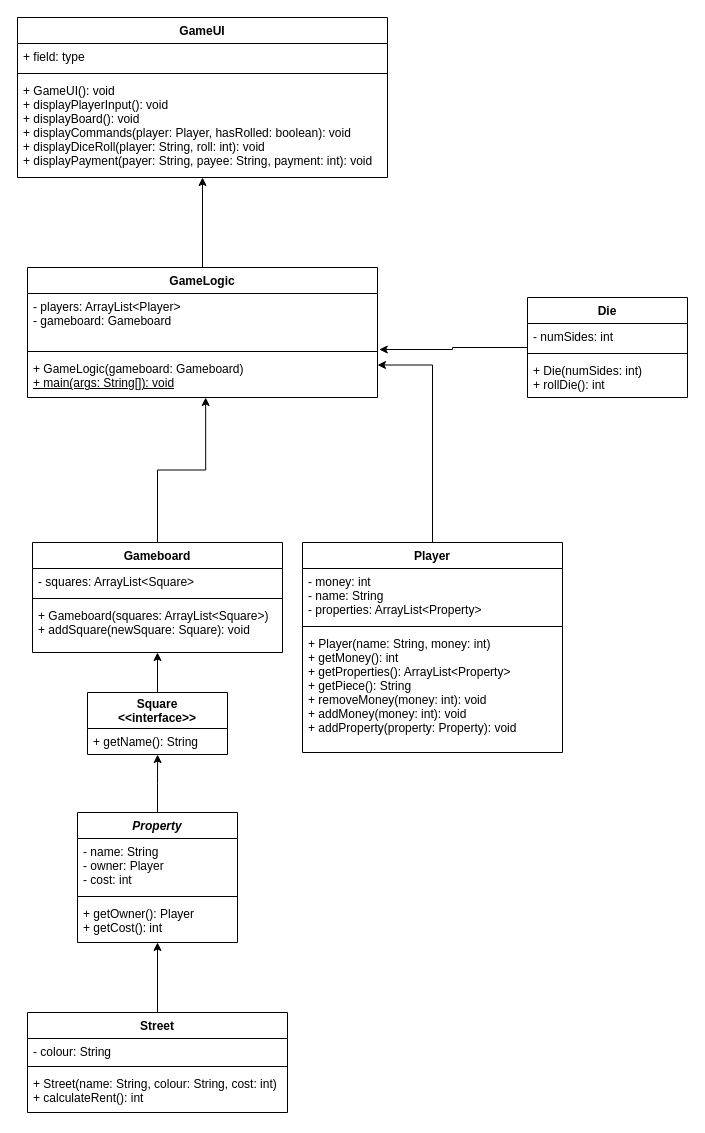
This is Monopoly_UML.drawio from YashKapoor1102/Monopoly, a draw.io file, before an edit. Source tidied: cells renumbered, new cells numbered last; positions are measured from the earlier drawing's top-left corner, leaving out a move shared by most shapes. Both pictures are drawn from the tidied source at 100%, with x=0, y=0 at pixel (17, 17).
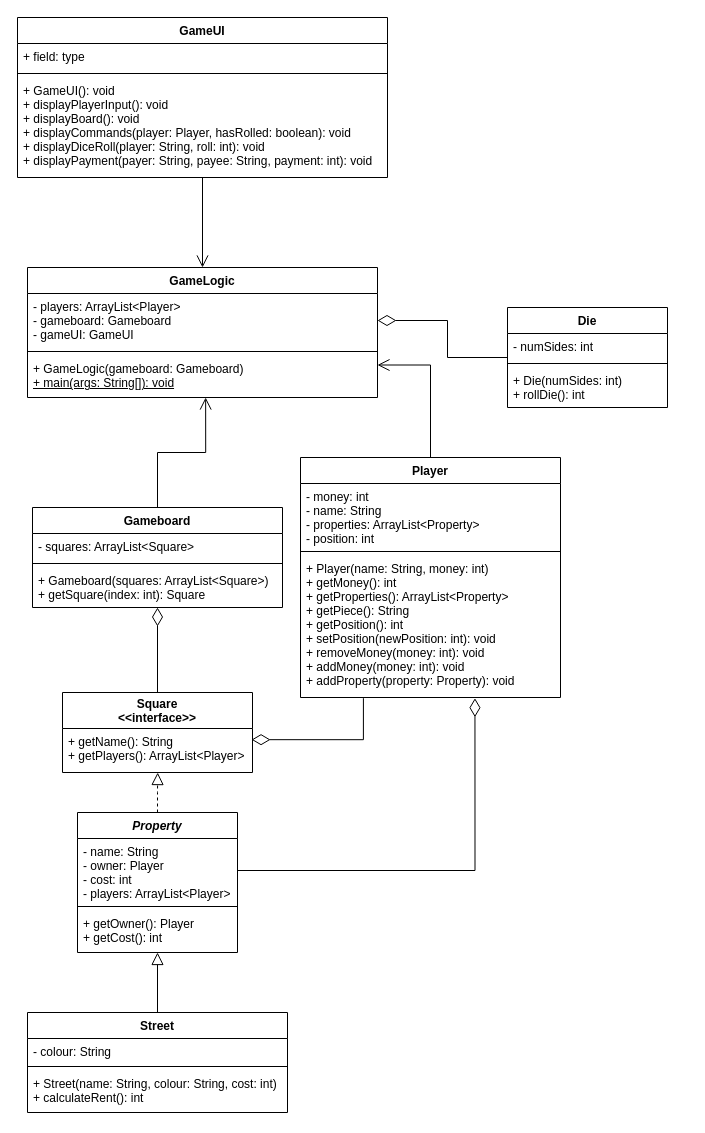
Above is the later version.

The change refers to these unchanged cells:
```xml
<mxCell id="18" value="Street" style="swimlane;fontStyle=1;align=center;verticalAlign=top;horizontal=1;startSize=26;" parent="1" vertex="1">
  <mxGeometry x="10" y="995" width="260" height="100" as="geometry" />
</mxCell>
<mxCell id="23" value="GameLogic" style="swimlane;fontStyle=1;align=center;verticalAlign=top;horizontal=1;startSize=26;" parent="1" vertex="1">
  <mxGeometry x="10" y="250" width="350" height="130" as="geometry" />
</mxCell>
<mxCell id="26" value="&lt;div&gt;+ GameLogic(gameboard: Gameboard)&lt;/div&gt;&lt;u&gt;+ main(args: String[]): void&lt;/u&gt;" style="text;strokeColor=none;fillColor=none;align=left;verticalAlign=top;spacingLeft=4;spacingRight=4;overflow=hidden;points=[[0,0.5],[1,0.5]];portConstraint=eastwest;fontStyle=0;html=1;" parent="23" vertex="1">
  <mxGeometry y="88" width="350" height="42" as="geometry" />
</mxCell>
<mxCell id="35" value="GameUI" style="swimlane;fontStyle=1;align=center;verticalAlign=top;horizontal=1;startSize=26;" parent="1" vertex="1">
  <mxGeometry width="370" height="160" as="geometry" />
</mxCell>
```

What changed in the source:
```diff
@@
-    <mxCell id="2" style="edgeStyle=orthogonalEdgeStyle;rounded=0;jettySize=auto;html=1;exitX=0.5;exitY=0;exitDx=0;exitDy=0;entryX=0.509;entryY=1;entryDx=0;entryDy=0;entryPerimeter=0;" parent="1" edge="1" source="3" target="26">
+    <mxCell id="2" style="edgeStyle=orthogonalEdgeStyle;rounded=0;jettySize=auto;html=1;exitX=0.5;exitY=0;exitDx=0;exitDy=0;entryX=0.509;entryY=1;entryDx=0;entryDy=0;entryPerimeter=0;endSize=10;endArrow=open;endFill=0;" parent="1" edge="1" source="3" target="26">
       <mxGeometry relative="1" as="geometry" />
     </mxCell>
     <mxCell id="3" value="Gameboard" style="swimlane;fontStyle=1;align=center;verticalAlign=top;horizontal=1;startSize=26;" parent="1" vertex="1">
-      <mxGeometry x="15" y="525" width="250" height="110" as="geometry" />
+      <mxGeometry x="15" y="490" width="250" height="100" as="geometry" />
     </mxCell>
@@
-    <mxCell id="6" value="+ Gameboard(squares: ArrayList&lt;Square&gt;)&#10;+ addSquare(newSquare: Square): void" style="text;strokeColor=none;fillColor=none;align=left;verticalAlign=top;spacingLeft=4;spacingRight=4;overflow=hidden;" parent="3" vertex="1">
-      <mxGeometry y="60" width="250" height="50" as="geometry" />
+    <mxCell id="6" value="+ Gameboard(squares: ArrayList&lt;Square&gt;)&#10;+ getSquare(index: int): Square&#10;" style="text;strokeColor=none;fillColor=none;align=left;verticalAlign=top;spacingLeft=4;spacingRight=4;overflow=hidden;" parent="3" vertex="1">
+      <mxGeometry y="60" width="250" height="40" as="geometry" />
     </mxCell>
-    <mxCell id="7" style="edgeStyle=orthogonalEdgeStyle;rounded=0;jettySize=auto;html=1;entryX=1.005;entryY=1.037;entryDx=0;entryDy=0;entryPerimeter=0;" parent="1" edge="1" source="8" target="24">
+    <mxCell id="7" style="edgeStyle=orthogonalEdgeStyle;rounded=0;jettySize=auto;html=1;entryX=1;entryY=0.5;entryDx=0;entryDy=0;endArrow=diamondThin;endFill=0;endSize=16;" parent="1" edge="1" source="8" target="24">
       <mxGeometry relative="1" as="geometry" />
     </mxCell>
     <mxCell id="8" value="Die" style="swimlane;fontStyle=1;align=center;verticalAlign=top;horizontal=1;startSize=26;" parent="1" vertex="1">
-      <mxGeometry x="510" y="280" width="160" height="100" as="geometry" />
+      <mxGeometry x="490" y="290" width="160" height="100" as="geometry" />
     </mxCell>
@@
-    <mxCell id="12" style="edgeStyle=orthogonalEdgeStyle;rounded=0;jettySize=auto;html=1;exitX=0.5;exitY=0;exitDx=0;exitDy=0;entryX=1;entryY=0.75;entryDx=0;entryDy=0;" parent="1" edge="1" source="13" target="23">
+    <mxCell id="12" style="edgeStyle=orthogonalEdgeStyle;rounded=0;jettySize=auto;html=1;exitX=0.5;exitY=0;exitDx=0;exitDy=0;entryX=1;entryY=0.75;entryDx=0;entryDy=0;endSize=10;endArrow=open;endFill=0;strokeWidth=1;" parent="1" edge="1" source="13" target="23">
       <mxGeometry relative="1" as="geometry" />
     </mxCell>
     <mxCell id="13" value="Player" style="swimlane;fontStyle=1;align=center;verticalAlign=top;horizontal=1;startSize=26;" parent="1" vertex="1">
-      <mxGeometry x="285" y="525" width="260" height="210" as="geometry" />
+      <mxGeometry x="283" y="440" width="260" height="240" as="geometry" />
     </mxCell>
-    <mxCell id="14" value="- money: int&#10;- name: String&#10;- properties: ArrayList&lt;Property&gt;&#10;" style="text;strokeColor=none;fillColor=none;align=left;verticalAlign=top;spacingLeft=4;spacingRight=4;overflow=hidden;" parent="13" vertex="1">
-      <mxGeometry y="26" width="260" height="54" as="geometry" />
+    <mxCell id="14" value="- money: int&#10;- name: String&#10;- properties: ArrayList&lt;Property&gt;&#10;- position: int&#10;&#10;" style="text;strokeColor=none;fillColor=none;align=left;verticalAlign=top;spacingLeft=4;spacingRight=4;overflow=hidden;" parent="13" vertex="1">
+      <mxGeometry y="26" width="260" height="64" as="geometry" />
     </mxCell>
     <mxCell id="15" style="line;strokeWidth=1;fillColor=none;align=left;verticalAlign=middle;spacingTop=-1;spacingLeft=3;spacingRight=3;labelPosition=right;" parent="13" vertex="1">
-      <mxGeometry y="80" width="260" height="8" as="geometry" />
+      <mxGeometry y="90" width="260" height="8" as="geometry" />
     </mxCell>
-    <mxCell id="16" value="+ Player(name: String, money: int)&#10;+ getMoney(): int&#10;+ getProperties(): ArrayList&lt;Property&gt;&#10;+ getPiece(): String&#10;+ removeMoney(money: int): void&#10;+ addMoney(money: int): void&#10;+ addProperty(property: Property): void&#10;" style="text;strokeColor=none;fillColor=none;align=left;verticalAlign=top;spacingLeft=4;spacingRight=4;overflow=hidden;points=[[0,0.5],[1,0.5]];portConstraint=eastwest;" parent="13" vertex="1">
-      <mxGeometry y="88" width="260" height="122" as="geometry" />
+    <mxCell id="16" value="+ Player(name: String, money: int)&#10;+ getMoney(): int&#10;+ getProperties(): ArrayList&lt;Property&gt;&#10;+ getPiece(): String&#10;+ getPosition(): int&#10;+ setPosition(newPosition: int): void&#10;+ removeMoney(money: int): void&#10;+ addMoney(money: int): void&#10;+ addProperty(property: Property): void&#10;" style="text;strokeColor=none;fillColor=none;align=left;verticalAlign=top;spacingLeft=4;spacingRight=4;overflow=hidden;points=[[0,0.5],[1,0.5]];portConstraint=eastwest;" parent="13" vertex="1">
+      <mxGeometry y="98" width="260" height="142" as="geometry" />
     </mxCell>
-    <mxCell id="17" style="edgeStyle=orthogonalEdgeStyle;rounded=0;jettySize=auto;html=1;exitX=0.5;exitY=0;exitDx=0;exitDy=0;entryX=0.5;entryY=1;entryDx=0;entryDy=0;entryPerimeter=0;" parent="1" edge="1" source="18" target="32">
+    <mxCell id="17" style="edgeStyle=orthogonalEdgeStyle;rounded=0;jettySize=auto;html=1;exitX=0.5;exitY=0;exitDx=0;exitDy=0;entryX=0.5;entryY=1;entryDx=0;entryDy=0;entryPerimeter=0;endArrow=block;endFill=0;endSize=10;" parent="1" edge="1" source="18" target="32">
       <mxGeometry relative="1" as="geometry" />
     </mxCell>
@@
-    <mxCell id="22" style="edgeStyle=orthogonalEdgeStyle;rounded=0;jettySize=auto;html=1;exitX=0.5;exitY=0;exitDx=0;exitDy=0;entryX=0.5;entryY=1;entryDx=0;entryDy=0;" parent="1" edge="1" source="23" target="35">
-      <mxGeometry relative="1" as="geometry" />
-    </mxCell>
@@
-    <mxCell id="24" value="- players: ArrayList&lt;Player&gt;&#10;- gameboard: Gameboard&#10;" style="text;strokeColor=none;fillColor=none;align=left;verticalAlign=top;spacingLeft=4;spacingRight=4;overflow=hidden;points=[[0,0.5],[1,0.5]];portConstraint=eastwest;" parent="23" vertex="1">
+    <mxCell id="24" value="- players: ArrayList&lt;Player&gt;&#10;- gameboard: Gameboard&#10;- gameUI: GameUI&#10;" style="text;strokeColor=none;fillColor=none;align=left;verticalAlign=top;spacingLeft=4;spacingRight=4;overflow=hidden;points=[[0,0.5],[1,0.5]];portConstraint=eastwest;" parent="23" vertex="1">
       <mxGeometry y="26" width="350" height="54" as="geometry" />
     </mxCell>
@@
-    <mxCell id="27" style="edgeStyle=orthogonalEdgeStyle;rounded=0;jettySize=auto;html=1;exitX=0.5;exitY=0;exitDx=0;exitDy=0;entryX=0.5;entryY=1;entryDx=0;entryDy=0;" parent="1" edge="1" source="33" target="3">
+    <mxCell id="27" style="edgeStyle=orthogonalEdgeStyle;rounded=0;jettySize=auto;html=1;exitX=0.5;exitY=0;exitDx=0;exitDy=0;entryX=0.5;entryY=1;entryDx=0;entryDy=0;endSize=16;endArrow=diamondThin;endFill=0;startSize=6;" parent="1" edge="1" source="33" target="3">
       <mxGeometry relative="1" as="geometry" />
     </mxCell>
-    <mxCell id="28" style="edgeStyle=orthogonalEdgeStyle;rounded=0;jettySize=auto;html=1;entryX=0.501;entryY=1.001;entryDx=0;entryDy=0;entryPerimeter=0;" parent="1" edge="1" source="29" target="34">
+    <mxCell id="28" style="edgeStyle=orthogonalEdgeStyle;rounded=0;jettySize=auto;html=1;entryX=0.501;entryY=1.001;entryDx=0;entryDy=0;entryPerimeter=0;dashed=1;endArrow=block;endFill=0;endSize=10;" parent="1" edge="1" source="29" target="34">
       <mxGeometry relative="1" as="geometry" />
     </mxCell>
     <mxCell id="29" value="Property" style="swimlane;fontStyle=3;align=center;verticalAlign=top;horizontal=1;startSize=26;" parent="1" vertex="1">
-      <mxGeometry x="60" y="795" width="160" height="130" as="geometry" />
+      <mxGeometry x="60" y="795" width="160" height="140" as="geometry" />
     </mxCell>
-    <mxCell id="30" value="- name: String&#10;- owner: Player&#10;- cost: int&#10;" style="text;strokeColor=none;fillColor=none;align=left;verticalAlign=top;spacingLeft=4;spacingRight=4;overflow=hidden;points=[[0,0.5],[1,0.5]];portConstraint=eastwest;" parent="29" vertex="1">
-      <mxGeometry y="26" width="160" height="54" as="geometry" />
+    <mxCell id="30" value="- name: String&#10;- owner: Player&#10;- cost: int&#10;- players: ArrayList&lt;Player&gt;&#10;" style="text;strokeColor=none;fillColor=none;align=left;verticalAlign=top;spacingLeft=4;spacingRight=4;overflow=hidden;points=[[0,0.5],[1,0.5]];portConstraint=eastwest;" parent="29" vertex="1">
+      <mxGeometry y="26" width="160" height="64" as="geometry" />
     </mxCell>
     <mxCell id="31" style="line;strokeWidth=1;fillColor=none;align=left;verticalAlign=middle;spacingTop=-1;spacingLeft=3;spacingRight=3;labelPosition=right;" parent="29" vertex="1">
-      <mxGeometry y="80" width="160" height="8" as="geometry" />
+      <mxGeometry y="90" width="160" height="8" as="geometry" />
     </mxCell>
     <mxCell id="32" value="+ getOwner(): Player&#10;+ getCost(): int&#10;" style="text;strokeColor=none;fillColor=none;align=left;verticalAlign=top;spacingLeft=4;spacingRight=4;overflow=hidden;points=[[0,0.5],[1,0.5]];portConstraint=eastwest;" parent="29" vertex="1">
-      <mxGeometry y="88" width="160" height="42" as="geometry" />
+      <mxGeometry y="98" width="160" height="42" as="geometry" />
     </mxCell>
     <mxCell id="33" value="Square&#10;&lt;&lt;interface&gt;&gt;" style="swimlane;fontStyle=1;horizontal=1;startSize=36;fillColor=none;" parent="1" vertex="1">
-      <mxGeometry x="70" y="675" width="140" height="62" as="geometry" />
+      <mxGeometry x="45" y="675" width="190" height="80" as="geometry" />
     </mxCell>
-    <mxCell id="34" value="+ getName(): String" style="text;strokeColor=none;fillColor=none;align=left;verticalAlign=top;spacingLeft=4;spacingRight=4;overflow=hidden;points=[[0,0.5],[1,0.5]];portConstraint=eastwest;" parent="33" vertex="1">
-      <mxGeometry y="36" width="140" height="26" as="geometry" />
+    <mxCell id="34" value="+ getName(): String&#10;+ getPlayers(): ArrayList&lt;Player&gt;&#10;" style="text;strokeColor=none;fillColor=none;align=left;verticalAlign=top;spacingLeft=4;spacingRight=4;overflow=hidden;points=[[0,0.5],[1,0.5]];portConstraint=eastwest;" parent="33" vertex="1">
+      <mxGeometry y="36" width="190" height="44" as="geometry" />
     </mxCell>
+    <mxCell id="39" style="edgeStyle=orthogonalEdgeStyle;rounded=0;jettySize=auto;html=1;exitX=0.5;exitY=1;exitDx=0;exitDy=0;entryX=0.5;entryY=0;entryDx=0;entryDy=0;endArrow=open;endFill=0;startSize=6;endSize=10;strokeWidth=1;" parent="1" edge="1" source="35" target="23">
+      <mxGeometry relative="1" as="geometry" />
+    </mxCell>
@@
+    <mxCell id="40" style="edgeStyle=orthogonalEdgeStyle;rounded=0;jettySize=auto;html=1;exitX=1;exitY=0.5;exitDx=0;exitDy=0;entryX=0.671;entryY=1.005;entryDx=0;entryDy=0;entryPerimeter=0;startArrow=none;startFill=0;endArrow=diamondThin;endFill=0;startSize=6;endSize=16;targetPerimeterSpacing=16;strokeWidth=1;" parent="1" edge="1" source="30" target="16">
+      <mxGeometry relative="1" as="geometry" />
+    </mxCell>
+    <mxCell id="41" style="edgeStyle=orthogonalEdgeStyle;rounded=0;jettySize=auto;html=1;entryX=0.995;entryY=0.254;entryDx=0;entryDy=0;entryPerimeter=0;startArrow=none;startFill=0;endArrow=diamondThin;endFill=0;startSize=6;endSize=16;targetPerimeterSpacing=16;strokeWidth=1;exitX=0.242;exitY=1.005;exitDx=0;exitDy=0;exitPerimeter=0;" parent="1" edge="1" source="16" target="34">
+      <mxGeometry relative="1" as="geometry" />
+    </mxCell>
```
